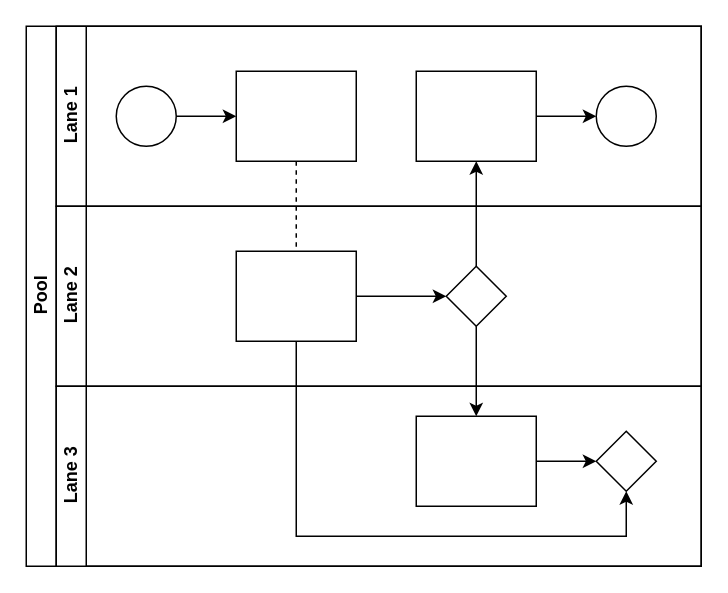
luoyongshun/framework keeps this draw.io diagram as cloudbirds/双向视频通话整体流程.drawio. Above is the earlier version. Source tidied: cells renumbered, new cells numbered last; positions are measured from the earlier drawing's top-left corner, leaving out a move shared by most shapes. Both pictures are drawn from the tidied source at 150%, with x=0, y=0 at pixel (26, 26).
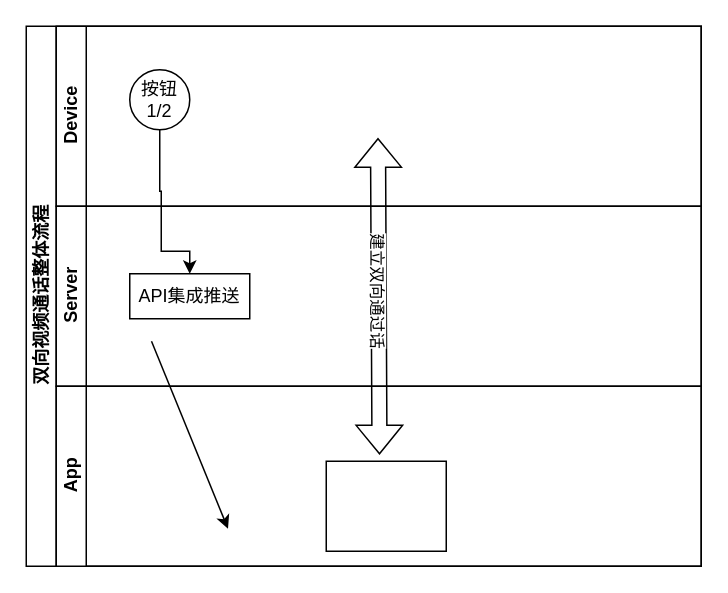
After the change.

Commit message (it also covers changes not shown here):
更新双向视频通话整体流程.drawio

Diff of the diagram source:
```diff
@@
-    <mxCell id="2" value="Pool" style="swimlane;html=1;horizontal=0;startSize=20;" parent="1" vertex="1">
+    <mxCell id="2" value="双向视频通话整体流程" style="swimlane;html=1;horizontal=0;startSize=20;" parent="1" vertex="1">
       <mxGeometry width="450" height="360" as="geometry" />
     </mxCell>
-    <mxCell id="3" style="edgeStyle=orthogonalEdgeStyle;rounded=0;jettySize=auto;html=1;dashed=1;endArrow=none;endFill=0;" parent="2" edge="1" source="10" target="16">
-      <mxGeometry relative="1" as="geometry" />
-    </mxCell>
-    <mxCell id="4" style="edgeStyle=orthogonalEdgeStyle;rounded=0;jettySize=auto;html=1;endArrow=classic;endFill=1;" parent="2" edge="1" source="17" target="12">
-      <mxGeometry relative="1" as="geometry" />
-    </mxCell>
-    <mxCell id="5" style="edgeStyle=orthogonalEdgeStyle;rounded=0;jettySize=auto;html=1;endArrow=classic;endFill=1;" parent="2" edge="1" source="17" target="20">
-      <mxGeometry relative="1" as="geometry" />
-    </mxCell>
-    <mxCell id="6" style="edgeStyle=orthogonalEdgeStyle;rounded=0;jettySize=auto;html=1;endArrow=classic;endFill=1;" parent="2" edge="1" source="16" target="21">
-      <mxGeometry relative="1" as="geometry">
-        <Array as="points">
-          <mxPoint x="180" y="340" />
-          <mxPoint x="400" y="340" />
-        </Array>
-      </mxGeometry>
-    </mxCell>
-    <mxCell id="7" value="Lane 1" style="swimlane;html=1;startSize=20;horizontal=0;" parent="2" vertex="1">
+    <mxCell id="7" value="Device" style="swimlane;html=1;startSize=20;horizontal=0;" parent="2" vertex="1">
       <mxGeometry x="20" width="430" height="120" as="geometry" />
     </mxCell>
+    <mxCell id="9" value="按钮1/2" style="ellipse;whiteSpace=wrap;html=1;" parent="7" vertex="1">
+      <mxGeometry x="49" y="29" width="40" height="40" as="geometry" />
+    </mxCell>
+    <mxCell id="22" style="shape=flexArrow;endArrow=classic;startArrow=classic;html=1;rounded=0;entryX=0.5;entryY=1;entryDx=0;entryDy=0;exitX=0.5;exitY=0;exitDx=0;exitDy=0;" parent="7" edge="1">
+      <mxGeometry relative="1" as="geometry">
+        <mxPoint x="215.5" y="285.5" as="sourcePoint" />
+        <mxPoint x="214.5" y="74.5" as="targetPoint" />
+      </mxGeometry>
+    </mxCell>
+    <mxCell id="23" value="建立双向通过话" style="edgeLabel;html=1;align=center;verticalAlign=middle;rotation=90;" parent="22" vertex="1">
+      <mxGeometry x="0.03" relative="1" as="geometry" />
+    </mxCell>
-    <mxCell id="8" style="edgeStyle=orthogonalEdgeStyle;rounded=0;jettySize=auto;html=1;" parent="7" edge="1" source="9" target="10">
-      <mxGeometry relative="1" as="geometry" />
+    <mxCell id="8" style="edgeStyle=orthogonalEdgeStyle;rounded=0;jettySize=auto;html=1;exitX=0.5;exitY=1;exitDx=0;exitDy=0;entryX=0.5;entryY=0;entryDx=0;entryDy=0;" parent="7" edge="1" source="9" target="16">
+      <mxGeometry relative="1" as="geometry">
+        <Array as="points">
+          <mxPoint x="69" y="110" />
+          <mxPoint x="70" y="110" />
+          <mxPoint x="70" y="150" />
+        </Array>
+      </mxGeometry>
     </mxCell>
-    <mxCell id="9" style="ellipse;whiteSpace=wrap;html=1;" parent="7" vertex="1">
-      <mxGeometry x="40" y="40" width="40" height="40" as="geometry" />
-    </mxCell>
-    <mxCell id="10" style="rounded=0;whiteSpace=wrap;html=1;fontFamily=Helvetica;fontSize=12;fontColor=#000000;align=center;" parent="7" vertex="1">
-      <mxGeometry x="120" y="30" width="80" height="60" as="geometry" />
-    </mxCell>
-    <mxCell id="11" style="edgeStyle=orthogonalEdgeStyle;rounded=0;jettySize=auto;html=1;endArrow=classic;endFill=1;" parent="7" edge="1" source="12" target="13">
-      <mxGeometry relative="1" as="geometry" />
-    </mxCell>
-    <mxCell id="12" style="rounded=0;whiteSpace=wrap;html=1;fontFamily=Helvetica;fontSize=12;fontColor=#000000;align=center;" parent="7" vertex="1">
-      <mxGeometry x="240" y="30" width="80" height="60" as="geometry" />
-    </mxCell>
-    <mxCell id="13" style="ellipse;whiteSpace=wrap;html=1;" parent="7" vertex="1">
-      <mxGeometry x="360" y="40" width="40" height="40" as="geometry" />
-    </mxCell>
-    <mxCell id="14" value="Lane 2" style="swimlane;html=1;startSize=20;horizontal=0;" parent="2" vertex="1">
+    <mxCell id="14" value="Server" style="swimlane;html=1;startSize=20;horizontal=0;" parent="2" vertex="1">
       <mxGeometry x="20" y="120" width="430" height="120" as="geometry" />
     </mxCell>
-    <mxCell id="15" style="edgeStyle=orthogonalEdgeStyle;rounded=0;jettySize=auto;html=1;endArrow=classic;endFill=1;" parent="14" edge="1" source="16" target="17">
-      <mxGeometry relative="1" as="geometry" />
-    </mxCell>
-    <mxCell id="16" style="rounded=0;whiteSpace=wrap;html=1;fontFamily=Helvetica;fontSize=12;fontColor=#000000;align=center;" parent="14" vertex="1">
-      <mxGeometry x="120" y="30" width="80" height="60" as="geometry" />
+    <mxCell id="16" value="API集成推送" style="rounded=0;whiteSpace=wrap;html=1;fontFamily=Helvetica;fontSize=12;fontColor=#000000;align=center;" parent="14" vertex="1">
+      <mxGeometry x="49" y="45" width="80" height="30" as="geometry" />
     </mxCell>
-    <mxCell id="17" style="rhombus;whiteSpace=wrap;html=1;fontFamily=Helvetica;fontSize=12;fontColor=#000000;align=center;" parent="14" vertex="1">
-      <mxGeometry x="260" y="40" width="40" height="40" as="geometry" />
-    </mxCell>
-    <mxCell id="18" value="Lane 3" style="swimlane;html=1;startSize=20;horizontal=0;" parent="2" vertex="1">
+    <mxCell id="18" value="App" style="swimlane;html=1;startSize=20;horizontal=0;" parent="2" vertex="1">
       <mxGeometry x="20" y="240" width="430" height="120" as="geometry" />
     </mxCell>
-    <mxCell id="19" style="edgeStyle=orthogonalEdgeStyle;rounded=0;jettySize=auto;html=1;endArrow=classic;endFill=1;" parent="18" edge="1" source="20" target="21">
-      <mxGeometry relative="1" as="geometry" />
-    </mxCell>
     <mxCell id="20" style="rounded=0;whiteSpace=wrap;html=1;fontFamily=Helvetica;fontSize=12;fontColor=#000000;align=center;" parent="18" vertex="1">
-      <mxGeometry x="240" y="20" width="80" height="60" as="geometry" />
+      <mxGeometry x="180" y="50" width="80" height="60" as="geometry" />
     </mxCell>
-    <mxCell id="21" style="rhombus;whiteSpace=wrap;html=1;fontFamily=Helvetica;fontSize=12;fontColor=#000000;align=center;" parent="18" vertex="1">
-      <mxGeometry x="360" y="30" width="40" height="40" as="geometry" />
-    </mxCell>
+    <mxCell id="24" style="endArrow=classic;html=1;rounded=0;exitX=0.5;exitY=1;exitDx=0;exitDy=0;" parent="18" edge="1">
+      <mxGeometry relative="1" as="geometry">
+        <mxPoint x="63.5" y="-30" as="sourcePoint" />
+        <mxPoint x="114.5" y="95" as="targetPoint" />
+      </mxGeometry>
+    </mxCell>
```
